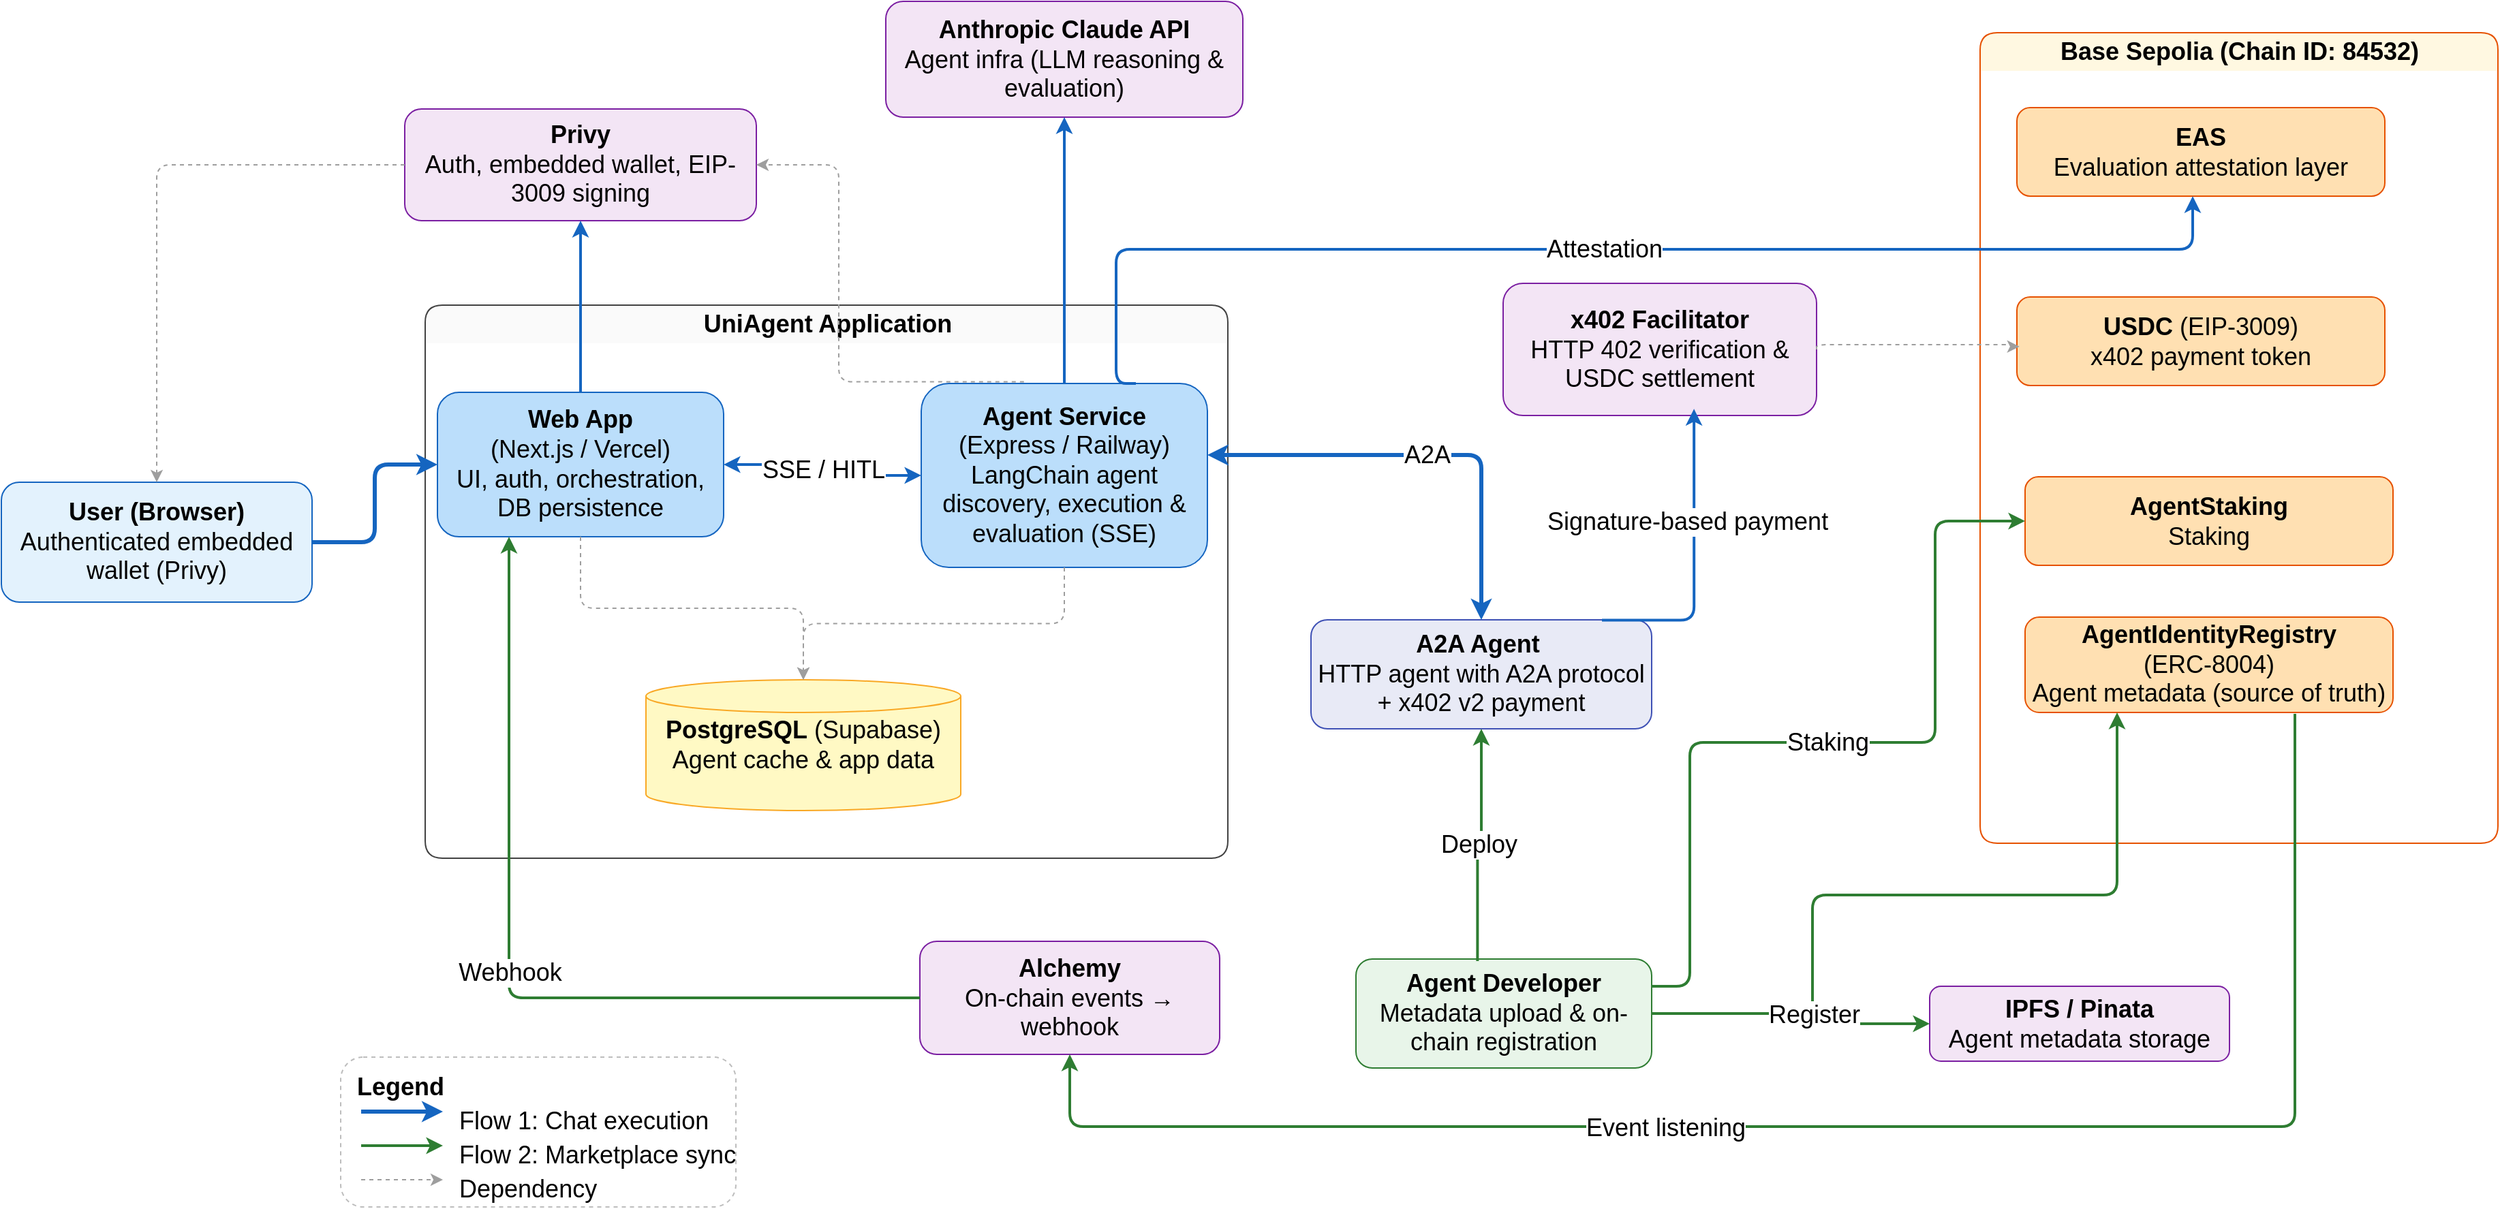
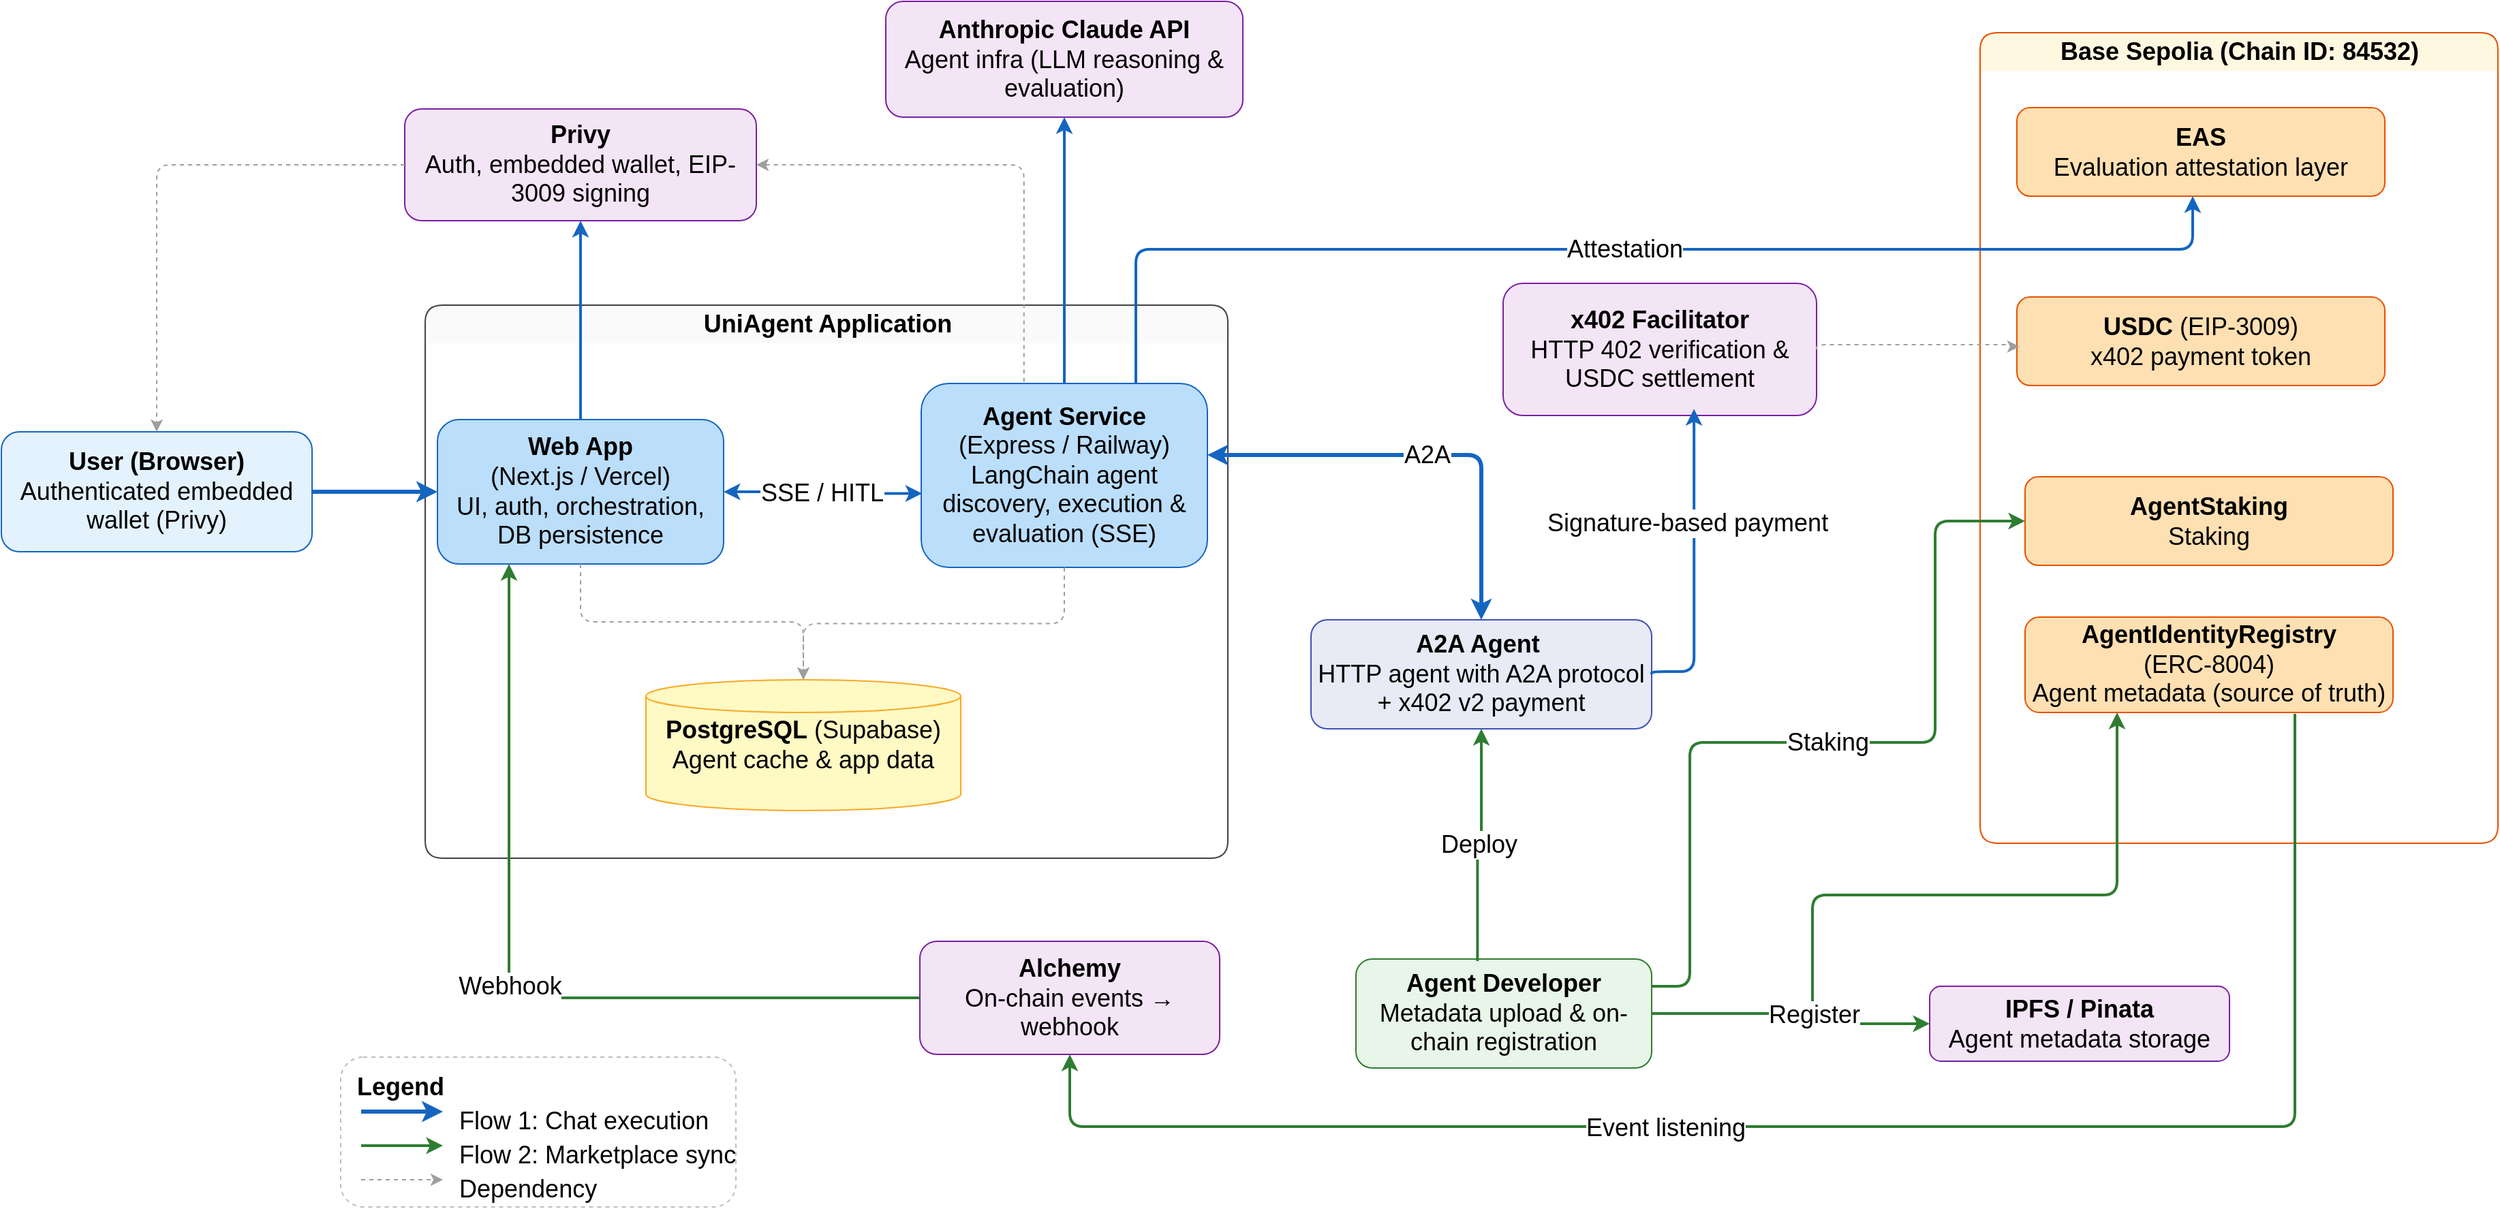
<mxfile host="Electron" agent="Mozilla/5.0 (Macintosh; Intel Mac OS X 10_15_7) AppleWebKit/537.36 (KHTML, like Gecko) draw.io/29.0.3 Chrome/140.0.7339.249 Electron/38.7.0 Safari/537.36" version="29.0.3">
  <diagram name="ページ-1" id="65jHChInbwYGuvsD3FlV">
-     <mxGraphModel dx="2436" dy="1896" grid="0" gridSize="10" guides="1" tooltips="1" connect="1" arrows="1" fold="1" page="0" pageScale="1" pageWidth="827" pageHeight="1169" math="0" shadow="0">
+     <mxGraphModel dx="2251" dy="1760" grid="0" gridSize="10" guides="1" tooltips="1" connect="1" arrows="1" fold="1" page="0" pageScale="1" pageWidth="827" pageHeight="1169" math="0" shadow="0">
      <root>
        <mxCell id="0" />
        <mxCell id="1" parent="0" />
        <mxCell id="user" value="&lt;b&gt;User (Browser)&lt;/b&gt;&lt;br&gt;&lt;font&gt;Authenticated embedded wallet (Privy)&lt;/font&gt;" style="rounded=1;whiteSpace=wrap;html=1;fillColor=#E3F2FD;strokeColor=#1565C0;fontSize=18;" parent="1" vertex="1">
-           <mxGeometry x="-77" y="260" width="228" height="88" as="geometry" />
+           <mxGeometry x="-77" y="223" width="228" height="88" as="geometry" />
        </mxCell>
        <mxCell id="dev" value="&lt;b&gt;Agent Developer&lt;/b&gt;&lt;br&gt;&lt;font&gt;Metadata upload &amp;amp; on-chain registration&lt;/font&gt;" style="rounded=1;whiteSpace=wrap;html=1;fillColor=#E8F5E9;strokeColor=#2E7D32;fontSize=18;" parent="1" vertex="1">
          <mxGeometry x="917" y="610" width="217" height="80" as="geometry" />
        </mxCell>
        <mxCell id="uniagent" value="UniAgent Application" style="swimlane;startSize=28;fillColor=#FAFAFA;strokeColor=#424242;fontSize=18;fontStyle=1;html=1;rounded=1;swimlaneLine=0;" parent="1" vertex="1">
          <mxGeometry x="234" y="130" width="589" height="406" as="geometry" />
        </mxCell>
        <mxCell id="webapp" value="&lt;b&gt;Web App&lt;/b&gt;&lt;br&gt;(Next.js / Vercel)&lt;br&gt;&lt;font&gt;UI, auth, orchestration, DB persistence&lt;/font&gt;" style="rounded=1;whiteSpace=wrap;html=1;fillColor=#BBDEFB;strokeColor=#1565C0;fontSize=18;" parent="uniagent" vertex="1">
-           <mxGeometry x="9" y="64" width="210" height="106" as="geometry" />
+           <mxGeometry x="9" y="84" width="210" height="106" as="geometry" />
        </mxCell>
        <mxCell id="agentsvc" value="&lt;b&gt;Agent Service&lt;/b&gt;&lt;br&gt;(Express / Railway)&lt;br&gt;&lt;font&gt;LangChain agent discovery, execution &amp;amp; evaluation (SSE)&lt;/font&gt;" style="rounded=1;whiteSpace=wrap;html=1;fillColor=#BBDEFB;strokeColor=#1565C0;fontSize=18;" parent="uniagent" vertex="1">
          <mxGeometry x="364" y="57.5" width="210" height="135" as="geometry" />
        </mxCell>
        <mxCell id="postgres" value="&lt;b&gt;PostgreSQL&lt;/b&gt; (Supabase)&lt;br&gt;&lt;font&gt;Agent cache &amp;amp; app data&lt;/font&gt;" style="shape=cylinder3;whiteSpace=wrap;html=1;fillColor=#FFF9C4;strokeColor=#F9A825;fontSize=18;size=12;" parent="uniagent" vertex="1">
          <mxGeometry x="162" y="275" width="231" height="96" as="geometry" />
        </mxCell>
-         <mxCell id="e_sse" value="&lt;font&gt;SSE / HITL&lt;/font&gt;" style="edgeStyle=orthogonalEdgeStyle;rounded=1;html=1;strokeColor=#1565C0;strokeWidth=2;startArrow=classic;endArrow=classic;fontSize=18;" parent="uniagent" source="webapp" target="agentsvc" edge="1">
+         <mxCell id="e_sse" value="&lt;font&gt;SSE / HITL&lt;/font&gt;" style="edgeStyle=orthogonalEdgeStyle;rounded=1;html=1;strokeColor=#1565C0;strokeWidth=2;startArrow=classic;endArrow=classic;fontSize=18;entryX=0.003;entryY=0.598;entryDx=0;entryDy=0;entryPerimeter=0;" parent="uniagent" source="webapp" target="agentsvc" edge="1">
          <mxGeometry x="0.0017" relative="1" as="geometry">
            <mxPoint as="offset" />
          </mxGeometry>
        </mxCell>
        <mxCell id="e_wa_pg" style="edgeStyle=orthogonalEdgeStyle;rounded=1;html=1;strokeColor=#9E9E9E;dashed=1;strokeWidth=1;fontSize=18;" parent="uniagent" source="webapp" target="postgres" edge="1">
          <mxGeometry relative="1" as="geometry" />
        </mxCell>
        <mxCell id="e_as_pg" style="edgeStyle=orthogonalEdgeStyle;rounded=1;html=1;strokeColor=#9E9E9E;dashed=1;strokeWidth=1;fontSize=18;" parent="uniagent" source="agentsvc" target="postgres" edge="1">
          <mxGeometry relative="1" as="geometry" />
        </mxCell>
        <mxCell id="a2a" value="&lt;b&gt;A2A Agent&amp;nbsp;&lt;/b&gt;&lt;br&gt;&lt;font&gt;HTTP agent with A2A protocol + x402 v2 payment&lt;/font&gt;" style="rounded=1;whiteSpace=wrap;html=1;fillColor=#E8EAF6;strokeColor=#3F51B5;fontSize=18;" parent="1" vertex="1">
          <mxGeometry x="884" y="361" width="250" height="80" as="geometry" />
        </mxCell>
        <mxCell id="basesep" value="Base Sepolia (Chain ID: 84532)" style="swimlane;startSize=28;fillColor=#FFF8E1;strokeColor=#E65100;fontSize=18;fontStyle=1;html=1;rounded=1;swimlaneLine=0;" parent="1" vertex="1">
          <mxGeometry x="1375" y="-70" width="380" height="595" as="geometry" />
        </mxCell>
        <mxCell id="registry" value="&lt;b&gt;AgentIdentityRegistry&lt;/b&gt;&lt;br&gt;(ERC-8004)&lt;br&gt;&lt;font&gt;Agent metadata (source of truth)&lt;/font&gt;" style="rounded=1;whiteSpace=wrap;html=1;fillColor=#FFE0B2;strokeColor=#E65100;fontSize=18;" parent="basesep" vertex="1">
          <mxGeometry x="33" y="429" width="270" height="70" as="geometry" />
        </mxCell>
        <mxCell id="staking" value="&lt;b&gt;AgentStaking&lt;/b&gt;&lt;br&gt;&lt;font&gt;Staking&lt;/font&gt;" style="rounded=1;whiteSpace=wrap;html=1;fillColor=#FFE0B2;strokeColor=#E65100;fontSize=18;" parent="basesep" vertex="1">
          <mxGeometry x="33" y="326" width="270" height="65" as="geometry" />
        </mxCell>
        <mxCell id="usdc" value="&lt;b&gt;USDC&lt;/b&gt; (EIP-3009)&lt;br&gt;&lt;font&gt;x402 payment token&lt;/font&gt;" style="rounded=1;whiteSpace=wrap;html=1;fillColor=#FFE0B2;strokeColor=#E65100;fontSize=18;" parent="basesep" vertex="1">
          <mxGeometry x="27" y="194" width="270" height="65" as="geometry" />
        </mxCell>
        <mxCell id="eas" value="&lt;b&gt;EAS&lt;/b&gt;&lt;br&gt;&lt;font&gt;Evaluation attestation layer&lt;/font&gt;" style="rounded=1;whiteSpace=wrap;html=1;fillColor=#FFE0B2;strokeColor=#E65100;fontSize=18;" parent="basesep" vertex="1">
          <mxGeometry x="27" y="55" width="270" height="65" as="geometry" />
        </mxCell>
        <mxCell id="privy" value="&lt;b&gt;Privy&lt;/b&gt;&lt;br&gt;&lt;font&gt;Auth, embedded wallet, EIP-3009 signing&lt;/font&gt;" style="rounded=1;whiteSpace=wrap;html=1;fillColor=#F3E5F5;strokeColor=#7B1FA2;fontSize=18;" parent="1" vertex="1">
          <mxGeometry x="219" y="-14" width="258" height="82" as="geometry" />
        </mxCell>
        <mxCell id="claude" value="&lt;b&gt;Anthropic Claude API&lt;/b&gt;&lt;br&gt;&lt;font&gt;Agent infra (LLM reasoning &amp;amp; evaluation)&lt;/font&gt;" style="rounded=1;whiteSpace=wrap;html=1;fillColor=#F3E5F5;strokeColor=#7B1FA2;fontSize=18;" parent="1" vertex="1">
          <mxGeometry x="572" y="-93" width="262" height="85" as="geometry" />
        </mxCell>
        <mxCell id="x402" value="&lt;b&gt;x402 Facilitator&lt;/b&gt;&lt;br&gt;&lt;font&gt;HTTP 402 verification &amp;amp; USDC settlement&lt;/font&gt;" style="rounded=1;whiteSpace=wrap;html=1;fillColor=#F3E5F5;strokeColor=#7B1FA2;fontSize=18;" parent="1" vertex="1">
          <mxGeometry x="1025" y="114" width="230" height="97" as="geometry" />
        </mxCell>
        <mxCell id="alchemy" value="&lt;b&gt;Alchemy&lt;/b&gt;&lt;br&gt;&lt;font&gt;On-chain events → webhook&lt;/font&gt;" style="rounded=1;whiteSpace=wrap;html=1;fillColor=#F3E5F5;strokeColor=#7B1FA2;fontSize=18;" parent="1" vertex="1">
          <mxGeometry x="597" y="597" width="220" height="83" as="geometry" />
        </mxCell>
        <mxCell id="ipfs" value="&lt;b&gt;IPFS / Pinata&lt;/b&gt;&lt;br&gt;&lt;font&gt;Agent metadata storage&lt;/font&gt;" style="rounded=1;whiteSpace=wrap;html=1;fillColor=#F3E5F5;strokeColor=#7B1FA2;fontSize=18;" parent="1" vertex="1">
          <mxGeometry x="1338" y="630" width="220" height="55" as="geometry" />
        </mxCell>
        <mxCell id="f1_user_wa" style="edgeStyle=orthogonalEdgeStyle;rounded=1;html=1;strokeColor=#1565C0;strokeWidth=3;endArrow=classic;fontSize=18;" parent="1" source="user" target="webapp" edge="1">
          <mxGeometry relative="1" as="geometry" />
        </mxCell>
        <mxCell id="f1_as_a2a" value="&lt;font&gt;A2A&lt;/font&gt;" style="edgeStyle=orthogonalEdgeStyle;rounded=1;html=1;strokeColor=#1565C0;strokeWidth=3;fontSize=18;startArrow=classic;startFill=1;" parent="1" source="agentsvc" target="a2a" edge="1">
          <mxGeometry relative="1" as="geometry">
            <Array as="points">
              <mxPoint x="1009" y="240" />
            </Array>
          </mxGeometry>
        </mxCell>
        <mxCell id="f1_as_claude" style="edgeStyle=orthogonalEdgeStyle;rounded=1;html=1;strokeColor=#1565C0;strokeWidth=2;fontSize=18;" parent="1" source="agentsvc" target="claude" edge="1">
          <mxGeometry relative="1" as="geometry" />
        </mxCell>
        <mxCell id="f1_wa_privy" style="edgeStyle=orthogonalEdgeStyle;rounded=1;html=1;strokeColor=#1565C0;strokeWidth=2;fontSize=18;" parent="1" source="webapp" target="privy" edge="1">
          <mxGeometry relative="1" as="geometry" />
        </mxCell>
        <mxCell id="f1_as_eas" value="&lt;font&gt;Attestation&lt;/font&gt;" style="edgeStyle=orthogonalEdgeStyle;rounded=1;html=1;strokeColor=#1565C0;strokeWidth=2;fontSize=18;exitX=0.75;exitY=0;exitDx=0;exitDy=0;" parent="1" source="agentsvc" target="eas" edge="1">
          <mxGeometry relative="1" as="geometry">
            <Array as="points">
-               <mxPoint x="741" y="89" />
+               <mxPoint x="756" y="89" />
              <mxPoint x="1531" y="89" />
            </Array>
          </mxGeometry>
        </mxCell>
        <mxCell id="f2_dev_ipfs" style="edgeStyle=orthogonalEdgeStyle;rounded=1;html=1;strokeColor=#2E7D32;strokeWidth=2;fontSize=18;" parent="1" source="dev" target="ipfs" edge="1">
          <mxGeometry relative="1" as="geometry" />
        </mxCell>
        <mxCell id="f2_reg_alch" value="" style="edgeStyle=orthogonalEdgeStyle;rounded=1;html=1;strokeColor=#2E7D32;strokeWidth=2;fontSize=18;entryX=0.5;entryY=1;entryDx=0;entryDy=0;" parent="1" target="alchemy" edge="1">
          <mxGeometry relative="1" as="geometry">
            <Array as="points">
              <mxPoint x="1606" y="733" />
              <mxPoint x="707" y="733" />
            </Array>
            <mxPoint x="1606" y="430" as="sourcePoint" />
            <mxPoint x="916.9999999999995" y="1001.0000000000002" as="targetPoint" />
          </mxGeometry>
        </mxCell>
        <mxCell id="gXc2uNJj03Ic0RZGKGVz-18" value="&lt;font&gt;Event listening&lt;/font&gt;" style="edgeLabel;html=1;align=center;verticalAlign=middle;resizable=0;points=[];fontSize=18;" parent="f2_reg_alch" connectable="0" vertex="1">
          <mxGeometry x="0.2188" y="1" relative="1" as="geometry">
            <mxPoint as="offset" />
          </mxGeometry>
        </mxCell>
        <mxCell id="dep_x402_usdc" style="edgeStyle=orthogonalEdgeStyle;rounded=1;html=1;strokeColor=#9E9E9E;dashed=1;strokeWidth=1;fontSize=18;exitX=1;exitY=0.5;exitDx=0;exitDy=0;entryX=0.007;entryY=0.56;entryDx=0;entryDy=0;entryPerimeter=0;" parent="1" source="x402" target="usdc" edge="1">
          <mxGeometry relative="1" as="geometry">
            <Array as="points">
              <mxPoint x="1255" y="159" />
              <mxPoint x="1402" y="159" />
              <mxPoint x="1402" y="160" />
            </Array>
            <mxPoint x="952" y="35.99999999999977" as="sourcePoint" />
            <mxPoint x="1329.0000000000005" y="35.99999999999977" as="targetPoint" />
          </mxGeometry>
        </mxCell>
        <mxCell id="dep_privy_user" style="edgeStyle=orthogonalEdgeStyle;rounded=1;html=1;strokeColor=#9E9E9E;dashed=1;strokeWidth=1;fontSize=18;" parent="1" source="privy" target="user" edge="1">
          <mxGeometry relative="1" as="geometry" />
        </mxCell>
        <mxCell id="gXc2uNJj03Ic0RZGKGVz-1" value="" style="group;fontSize=18;" parent="1" connectable="0" vertex="1">
          <mxGeometry x="172" y="682" width="290" height="110" as="geometry" />
        </mxCell>
        <mxCell id="legend_box" value="" style="rounded=1;whiteSpace=wrap;html=1;fillColor=#FFFFFF;strokeColor=#BDBDBD;fontSize=18;dashed=1;" parent="gXc2uNJj03Ic0RZGKGVz-1" vertex="1">
          <mxGeometry width="290" height="110" as="geometry" />
        </mxCell>
        <mxCell id="legend_title" value="&lt;b&gt;Legend&lt;/b&gt;" style="text;html=1;fontSize=18;align=left;" parent="gXc2uNJj03Ic0RZGKGVz-1" vertex="1">
          <mxGeometry x="10" y="5" width="80" height="20" as="geometry" />
        </mxCell>
        <mxCell id="leg1" value="" style="endArrow=classic;html=1;strokeColor=#1565C0;strokeWidth=3;rounded=1;fontSize=18;" parent="gXc2uNJj03Ic0RZGKGVz-1" edge="1">
          <mxGeometry relative="1" as="geometry">
            <mxPoint x="15" y="40" as="sourcePoint" />
            <mxPoint x="75" y="40" as="targetPoint" />
          </mxGeometry>
        </mxCell>
        <mxCell id="leg1_t" value="Flow 1: Chat execution" style="text;html=1;fontSize=18;align=left;" parent="gXc2uNJj03Ic0RZGKGVz-1" vertex="1">
          <mxGeometry x="85" y="30" width="190" height="20" as="geometry" />
        </mxCell>
        <mxCell id="leg2" value="" style="endArrow=classic;html=1;strokeColor=#2E7D32;strokeWidth=2;rounded=1;fontSize=18;" parent="gXc2uNJj03Ic0RZGKGVz-1" edge="1">
          <mxGeometry relative="1" as="geometry">
            <mxPoint x="15" y="65" as="sourcePoint" />
            <mxPoint x="75" y="65" as="targetPoint" />
          </mxGeometry>
        </mxCell>
        <mxCell id="leg2_t" value="Flow 2: Marketplace sync" style="text;html=1;fontSize=18;align=left;" parent="gXc2uNJj03Ic0RZGKGVz-1" vertex="1">
          <mxGeometry x="85" y="55" width="200" height="20" as="geometry" />
        </mxCell>
        <mxCell id="leg3" value="" style="endArrow=classic;html=1;strokeColor=#9E9E9E;strokeWidth=1;dashed=1;rounded=1;fontSize=18;" parent="gXc2uNJj03Ic0RZGKGVz-1" edge="1">
          <mxGeometry relative="1" as="geometry">
            <mxPoint x="15" y="90" as="sourcePoint" />
            <mxPoint x="75" y="90" as="targetPoint" />
          </mxGeometry>
        </mxCell>
        <mxCell id="leg3_t" value="Dependency" style="text;html=1;fontSize=18;align=left;" parent="gXc2uNJj03Ic0RZGKGVz-1" vertex="1">
          <mxGeometry x="85" y="80" width="120" height="20" as="geometry" />
        </mxCell>
        <mxCell id="gXc2uNJj03Ic0RZGKGVz-2" value="&lt;font&gt;Deploy&lt;/font&gt;" style="edgeStyle=orthogonalEdgeStyle;rounded=1;html=1;strokeColor=#2E7D32;strokeWidth=2;fontSize=18;entryX=0.5;entryY=1;entryDx=0;entryDy=0;exitX=0.411;exitY=0.019;exitDx=0;exitDy=0;exitPerimeter=0;" parent="1" source="dev" target="a2a" edge="1">
          <mxGeometry relative="1" as="geometry">
            <mxPoint x="1009" y="619" as="sourcePoint" />
            <mxPoint x="1059" y="438" as="targetPoint" />
          </mxGeometry>
        </mxCell>
        <mxCell id="gXc2uNJj03Ic0RZGKGVz-4" value="&lt;font&gt;Webhook&lt;/font&gt;" style="edgeStyle=orthogonalEdgeStyle;rounded=1;html=1;strokeColor=#2E7D32;strokeWidth=2;fontSize=18;exitX=0;exitY=0.5;exitDx=0;exitDy=0;entryX=0.25;entryY=1;entryDx=0;entryDy=0;" parent="1" source="alchemy" target="webapp" edge="1">
          <mxGeometry relative="1" as="geometry">
            <mxPoint x="601" y="610" as="sourcePoint" />
            <mxPoint x="500" y="516" as="targetPoint" />
          </mxGeometry>
        </mxCell>
-         <mxCell id="gXc2uNJj03Ic0RZGKGVz-5" style="edgeStyle=orthogonalEdgeStyle;rounded=1;html=1;strokeColor=#1565C0;strokeWidth=2;exitX=0.854;exitY=0.003;exitDx=0;exitDy=0;exitPerimeter=0;entryX=0.609;entryY=0.95;entryDx=0;entryDy=0;entryPerimeter=0;fontSize=18;" parent="1" source="a2a" target="x402" edge="1">
-           <mxGeometry relative="1" as="geometry">
-             <Array as="points">
-               <mxPoint x="1165" y="361" />
+         <mxCell id="gXc2uNJj03Ic0RZGKGVz-5" style="edgeStyle=orthogonalEdgeStyle;rounded=1;html=1;strokeColor=#1565C0;strokeWidth=2;exitX=1;exitY=0.5;exitDx=0;exitDy=0;entryX=0.609;entryY=0.95;entryDx=0;entryDy=0;entryPerimeter=0;fontSize=18;" parent="1" source="a2a" target="x402" edge="1">
+           <mxGeometry relative="1" as="geometry">
+             <Array as="points">
+               <mxPoint x="1134" y="399" />
+               <mxPoint x="1165" y="399" />
            </Array>
            <mxPoint x="946" y="319" as="sourcePoint" />
            <mxPoint x="1072" y="177" as="targetPoint" />
          </mxGeometry>
        </mxCell>
-         <mxCell id="eW5OOBPv003zDsXPqeSa-1" value="&lt;span style=&quot;font-size: 18px;&quot;&gt;Signature-based payment&lt;/span&gt;" style="edgeLabel;html=1;align=center;verticalAlign=middle;resizable=0;points=[];" vertex="1" connectable="0" parent="gXc2uNJj03Ic0RZGKGVz-5">
+         <mxCell id="eW5OOBPv003zDsXPqeSa-1" value="&lt;span style=&quot;font-size: 18px;&quot;&gt;Signature-based payment&lt;/span&gt;" style="edgeLabel;html=1;align=center;verticalAlign=middle;resizable=0;points=[];" parent="gXc2uNJj03Ic0RZGKGVz-5" vertex="1" connectable="0">
          <mxGeometry x="0.2499" y="5" relative="1" as="geometry">
            <mxPoint y="-1" as="offset" />
          </mxGeometry>
        </mxCell>
        <mxCell id="gXc2uNJj03Ic0RZGKGVz-9" value="&lt;font&gt;Staking&lt;/font&gt;" style="edgeStyle=orthogonalEdgeStyle;rounded=1;html=1;strokeColor=#2E7D32;strokeWidth=2;fontSize=18;entryX=0;entryY=0.5;entryDx=0;entryDy=0;exitX=1;exitY=0.25;exitDx=0;exitDy=0;" parent="1" source="dev" target="staking" edge="1">
          <mxGeometry relative="1" as="geometry">
            <Array as="points">
              <mxPoint x="1162" y="630" />
              <mxPoint x="1162" y="451" />
              <mxPoint x="1342" y="451" />
              <mxPoint x="1342" y="288" />
            </Array>
            <mxPoint x="1123" y="604" as="sourcePoint" />
            <mxPoint x="1391" y="367" as="targetPoint" />
          </mxGeometry>
        </mxCell>
        <mxCell id="gXc2uNJj03Ic0RZGKGVz-13" style="edgeStyle=orthogonalEdgeStyle;rounded=1;html=1;strokeColor=#9E9E9E;dashed=1;strokeWidth=1;exitX=0.359;exitY=-0.009;exitDx=0;exitDy=0;exitPerimeter=0;entryX=1;entryY=0.5;entryDx=0;entryDy=0;fontSize=18;" parent="1" source="agentsvc" target="privy" edge="1">
          <mxGeometry relative="1" as="geometry">
            <mxPoint x="470" y="89" as="sourcePoint" />
            <mxPoint x="276" y="309" as="targetPoint" />
+             <Array as="points">
+               <mxPoint x="673" y="27" />
+             </Array>
          </mxGeometry>
        </mxCell>
        <mxCell id="gXc2uNJj03Ic0RZGKGVz-15" style="edgeStyle=orthogonalEdgeStyle;rounded=1;html=1;strokeColor=#2E7D32;strokeWidth=2;entryX=0.25;entryY=1;entryDx=0;entryDy=0;exitX=1;exitY=0.5;exitDx=0;exitDy=0;fontSize=18;" parent="1" source="dev" target="registry" edge="1">
          <mxGeometry relative="1" as="geometry">
            <Array as="points">
              <mxPoint x="1251" y="658" />
              <mxPoint x="1252" y="657" />
              <mxPoint x="1252" y="563" />
              <mxPoint x="1476" y="563" />
            </Array>
            <mxPoint x="1114" y="659" as="sourcePoint" />
            <mxPoint x="1461" y="649" as="targetPoint" />
          </mxGeometry>
        </mxCell>
        <mxCell id="gXc2uNJj03Ic0RZGKGVz-17" value="&lt;font&gt;Register&lt;/font&gt;" style="edgeLabel;html=1;align=center;verticalAlign=middle;resizable=0;points=[];fontSize=18;" parent="gXc2uNJj03Ic0RZGKGVz-15" connectable="0" vertex="1">
          <mxGeometry x="-0.5377" y="-1" relative="1" as="geometry">
            <mxPoint as="offset" />
          </mxGeometry>
        </mxCell>
      </root>
    </mxGraphModel>
  </diagram>
</mxfile>
